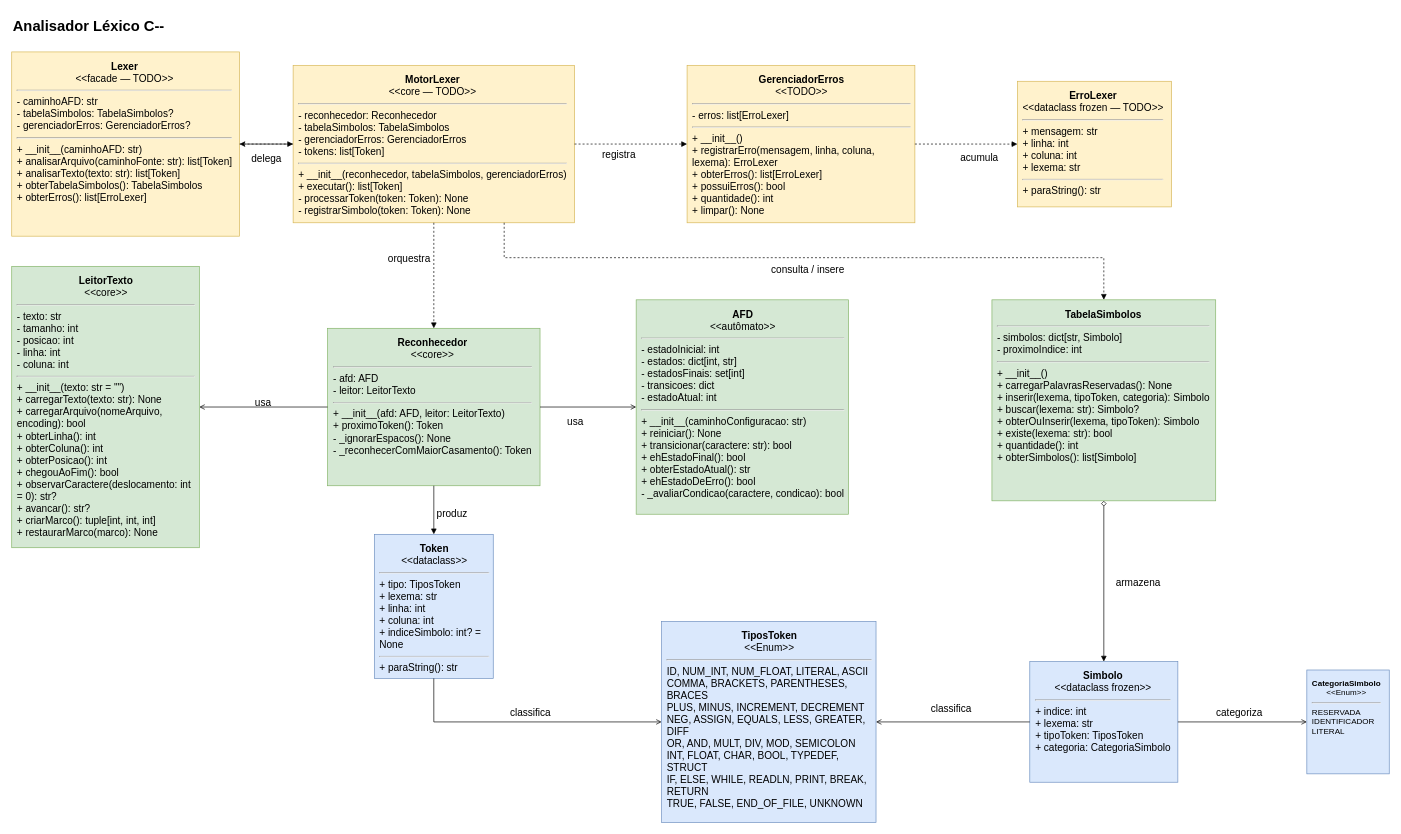
Earlier version of the draw.io diagram docs/AnalisadorLexico.drawio (Nicole-Garci/Compiladores). Source tidied: cells renumbered, new cells numbered last; positions are measured from the earlier drawing's top-left corner, leaving out a move shared by most shapes. Both pictures are drawn from the tidied source at 67%, with x=0, y=0 at pixel (11, 11).
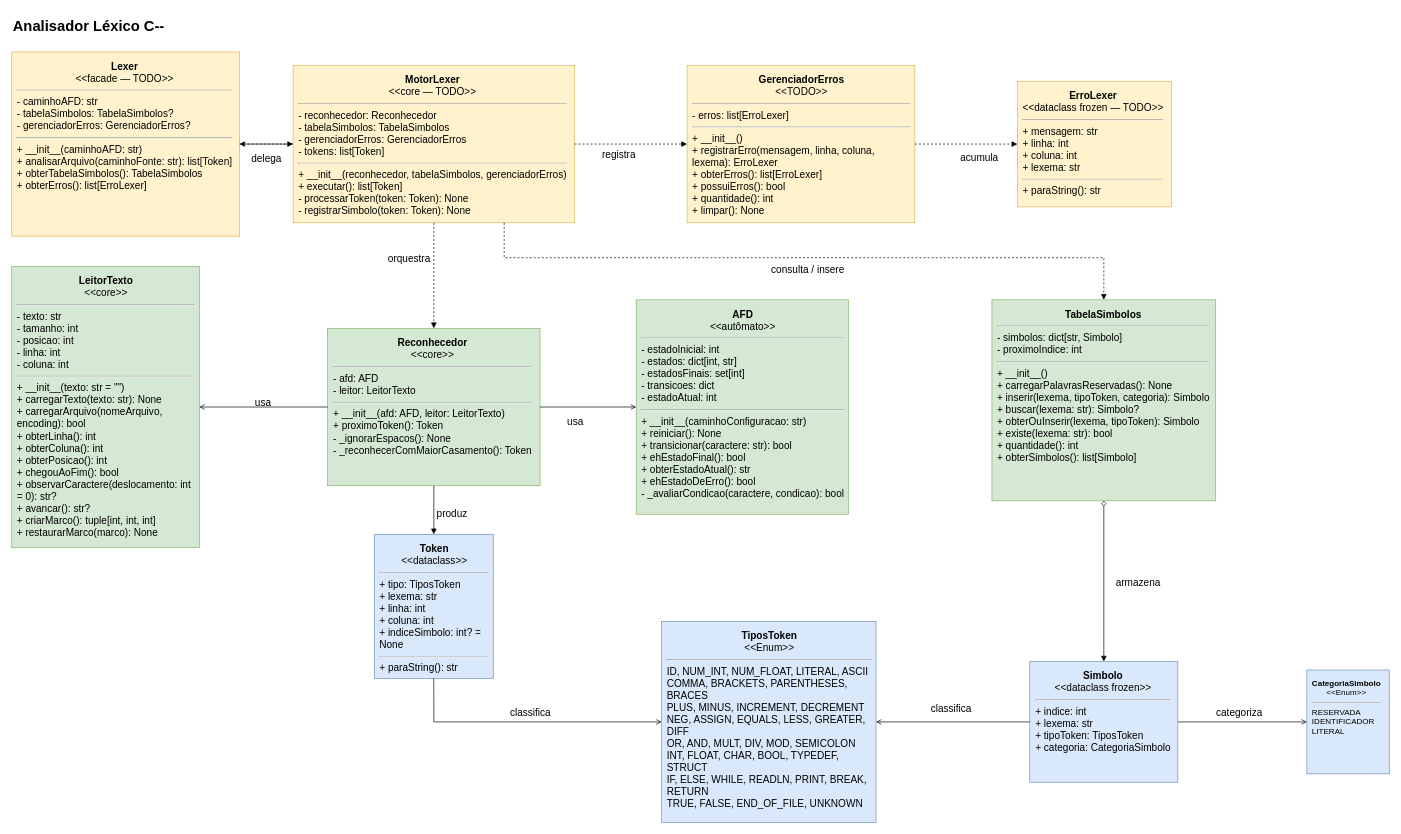
The same page after the edit.

Commit message (it also covers changes not shown here):
feat: implement motor lexer and main

Change to the diagram source:
```diff
@@
-    <mxCell id="3" value="&lt;div style=&quot;text-align:center&quot;&gt;&lt;b&gt;Lexer&lt;/b&gt;&lt;br&gt;&amp;lt;&amp;lt;facade — TODO&amp;gt;&amp;gt;&lt;/div&gt;&lt;hr&gt;- caminhoAFD: str&lt;br&gt;- tabelaSimbolos: TabelaSimbolos?&lt;br&gt;- gerenciadorErros: GerenciadorErros?&lt;hr&gt;+ __init__(caminhoAFD: str)&lt;br&gt;+ analisarArquivo(caminhoFonte: str): list[Token]&lt;br&gt;+ analisarTexto(texto: str): list[Token]&lt;br&gt;+ obterTabelaSimbolos(): TabelaSimbolos&lt;br&gt;+ obterErros(): list[ErroLexer]" style="rounded=0;whiteSpace=wrap;html=1;verticalAlign=top;align=left;spacing=8;fillColor=#fff2cc;strokeColor=#d6b656;fontSize=15;" parent="1" vertex="1">
+    <mxCell id="3" value="&lt;div style=&quot;text-align:center&quot;&gt;&lt;b&gt;Lexer&lt;/b&gt;&lt;br&gt;&amp;lt;&amp;lt;facade — TODO&amp;gt;&amp;gt;&lt;/div&gt;&lt;hr&gt;- caminhoAFD: str&lt;br&gt;- tabelaSimbolos: TabelaSimbolos?&lt;br&gt;- gerenciadorErros: GerenciadorErros?&lt;hr&gt;+ __init__(caminhoAFD: str)&lt;br&gt;+ analisarArquivo(caminhoFonte: str): list[Token]&lt;br&gt;+ obterTabelaSimbolos(): TabelaSimbolos&lt;br&gt;+ obterErros(): list[ErroLexer]" style="rounded=0;whiteSpace=wrap;html=1;verticalAlign=top;align=left;spacing=8;fillColor=#fff2cc;strokeColor=#d6b656;fontSize=15;" parent="1" vertex="1">
       <mxGeometry y="60" width="340" height="275" as="geometry" />
     </mxCell>
```
